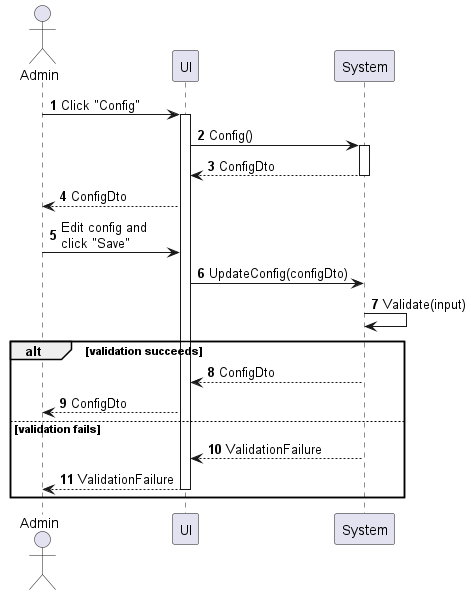
Before: sequences/config-manage.png, a diagram exported from PlantUML (phihungha/scmss-reqs).
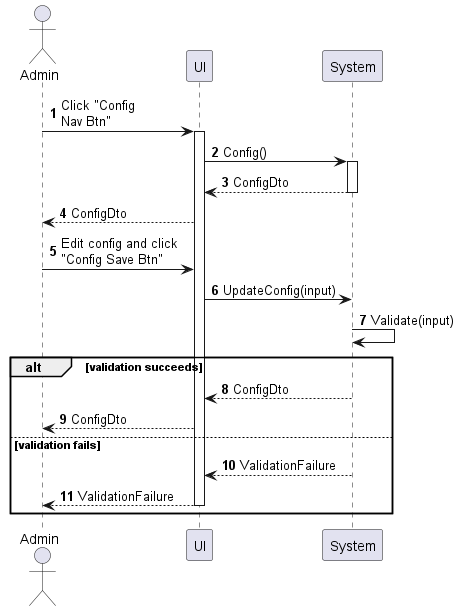
The same file after the commit.

Diff of the diagram source:
```diff
@@ -5,15 +5,15 @@
 participant UI as f
 participant System as b
 
-a -> f : Click "Config"
+a -> f : Click "Config\nNav Btn"
 activate f
 f -> b : Config()
 activate b
 return ConfigDto
 f --> a : ConfigDto
 
-a -> f : Edit config and\nclick "Save"
-f -> b : UpdateConfig(configDto)
+a -> f : Edit config and click\n"Config Save Btn"
+f -> b : UpdateConfig(input)
 b -> b : Validate(input)
 alt validation succeeds
     b --> f : ConfigDto
```
